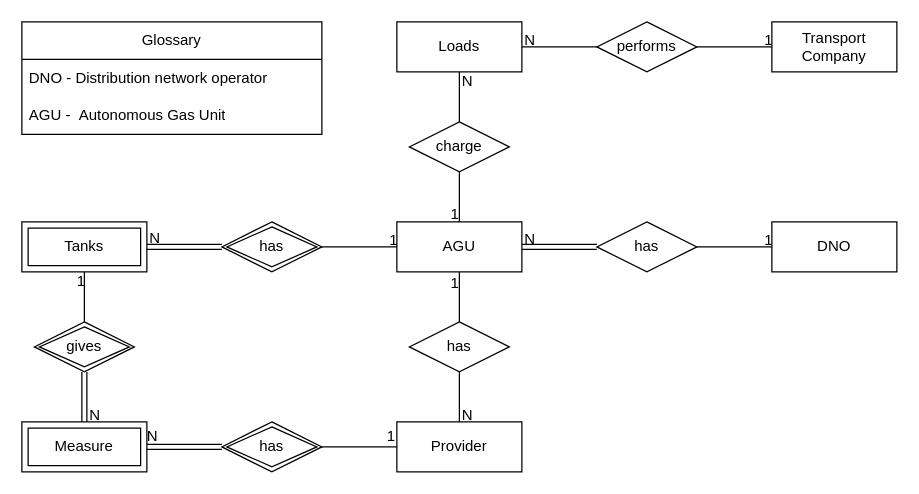
Earlier version of the draw.io diagram page "Entity WO atributes" (4 of 4) of docs/AGU-diagrams.drawio (AGU-Data-System/AGU-Data-System). Source tidied: cells renumbered, new cells numbered last; positions are measured from the earlier drawing's top-left corner, leaving out a move shared by most shapes. Both pictures are drawn from the tidied source at 125%, with x=0, y=0 at pixel (21, 21).
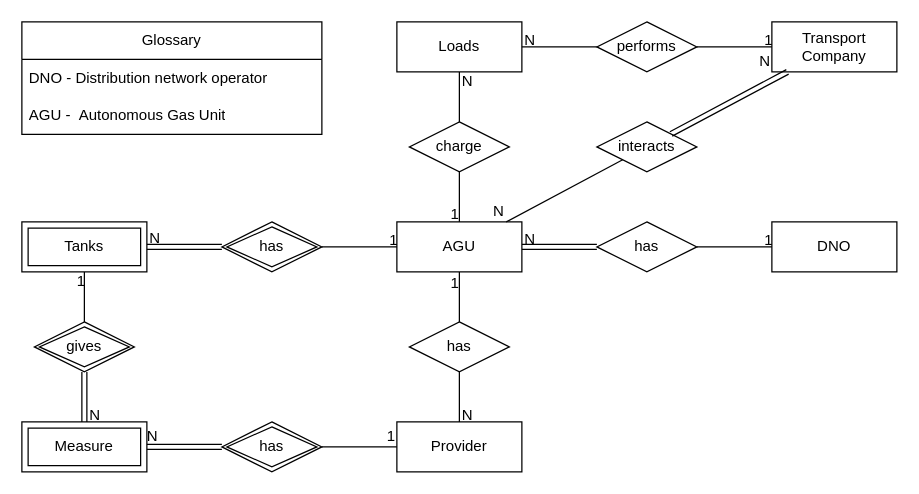
Above is the later version.

The change refers to these unchanged cells:
```xml
<mxCell id="2" value="Transport Company" style="whiteSpace=wrap;html=1;align=center;" parent="1" vertex="1">
  <mxGeometry x="600" width="100" height="40" as="geometry" />
</mxCell>
<mxCell id="41" value="AGU" style="whiteSpace=wrap;html=1;align=center;" parent="1" vertex="1">
  <mxGeometry x="300" y="160" width="100" height="40" as="geometry" />
</mxCell>
```

Diff of the diagram source:
```diff
@@
+    <mxCell id="47" value="interacts" style="shape=rhombus;perimeter=rhombusPerimeter;whiteSpace=wrap;html=1;align=center;" parent="1" vertex="1">
+      <mxGeometry x="460" y="80" width="80" height="40" as="geometry" />
+    </mxCell>
+    <mxCell id="48" style="shape=link;html=1;rounded=0;" parent="1" edge="1" source="47" target="2">
+      <mxGeometry relative="1" as="geometry" />
+    </mxCell>
+    <mxCell id="49" value="N" style="html=1;whiteSpace=wrap;align=right;verticalAlign=bottom;" parent="48" vertex="1">
+      <mxGeometry x="1" relative="1" as="geometry">
+        <mxPoint x="-13" as="offset" />
+      </mxGeometry>
+    </mxCell>
+    <mxCell id="50" style="endArrow=none;html=1;rounded=0;" parent="1" edge="1" source="47" target="41">
+      <mxGeometry relative="1" as="geometry" />
+    </mxCell>
+    <mxCell id="51" value="N" style="html=1;whiteSpace=wrap;align=right;verticalAlign=bottom;" parent="50" vertex="1">
+      <mxGeometry x="1" relative="1" as="geometry" />
+    </mxCell>
```
